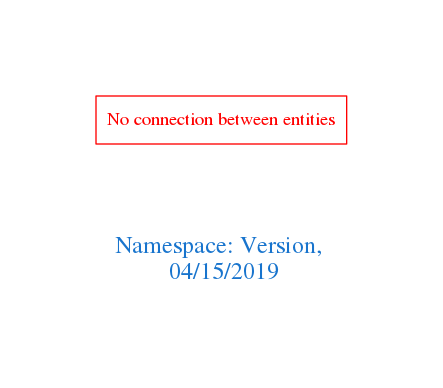
Above: downloads/Version.png in arago/OGIT (Graphviz), before the change. Its source is kept beside it as downloads/Version.dot.
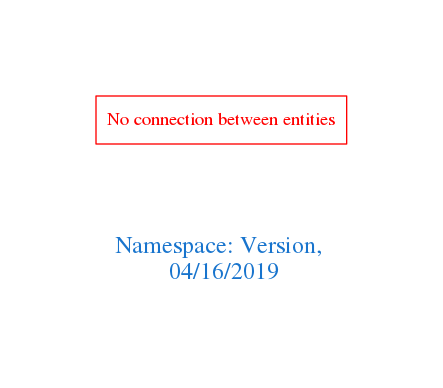
After the change.

Diff of the diagram source:
```diff
@@ -1,7 +1,7 @@
 digraph OGIT_ontology {
  graph [ rankdir= LR,pad=1
 fontsize = 18,
-fontcolor= dodgerblue3,label = "\n\n\nNamespace: Version, \n 04/15/2019"];
+fontcolor= dodgerblue3,label = "\n\n\nNamespace: Version, \n 04/16/2019"];
 node[shape=polygon];
 edge [  color="gray81"];
 
```
